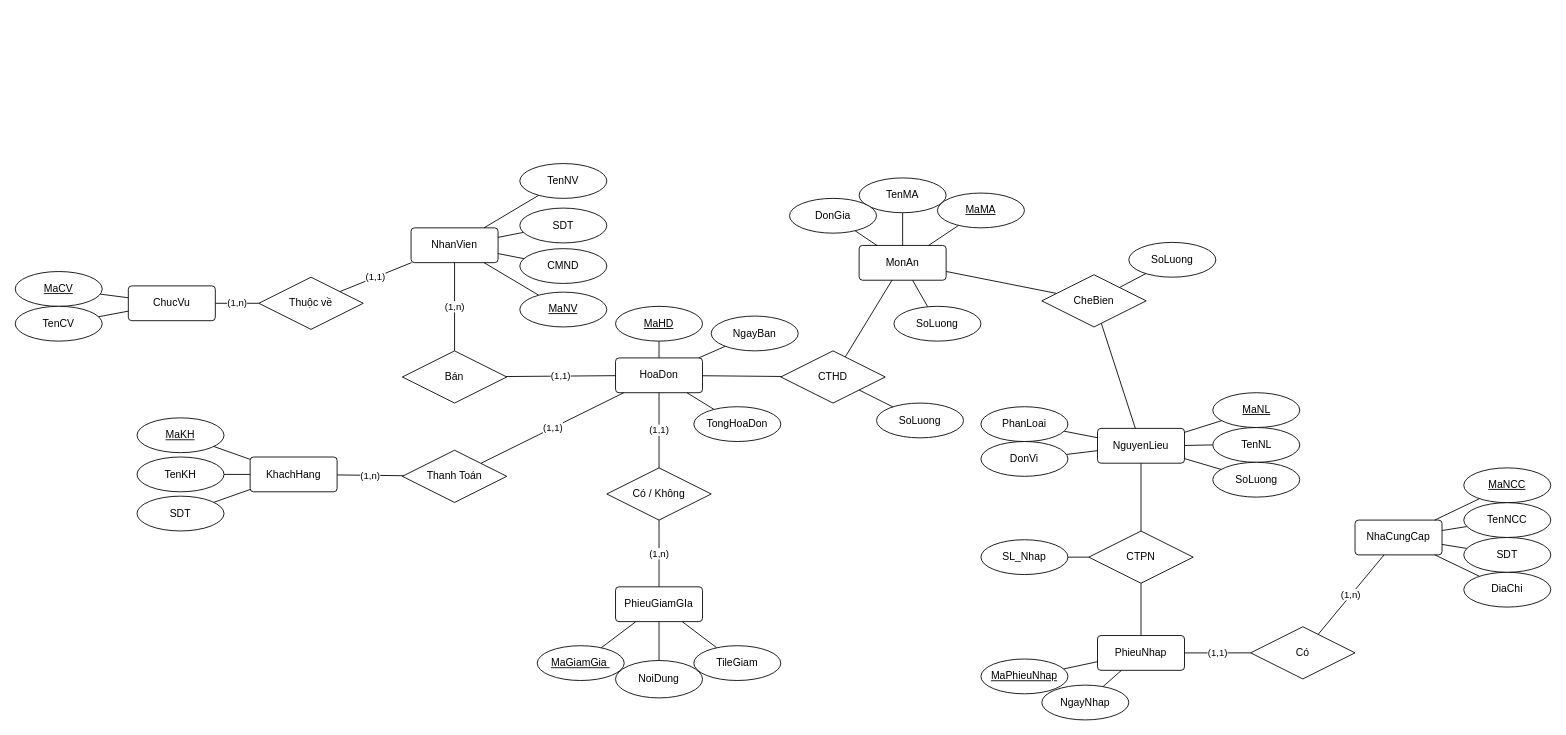
Above: page "Page-1" (1 of 14) of KingFastFood/docs/ERD.drawio in EdgarIgnite16/Distributed-Database-Project (draw.io), before the change. Source tidied: cells renumbered, new cells numbered last; positions are measured from the earlier drawing's top-left corner, leaving out a move shared by most shapes. Both pictures are drawn from the tidied source at 87%, with x=0, y=0 at pixel (15, 164).
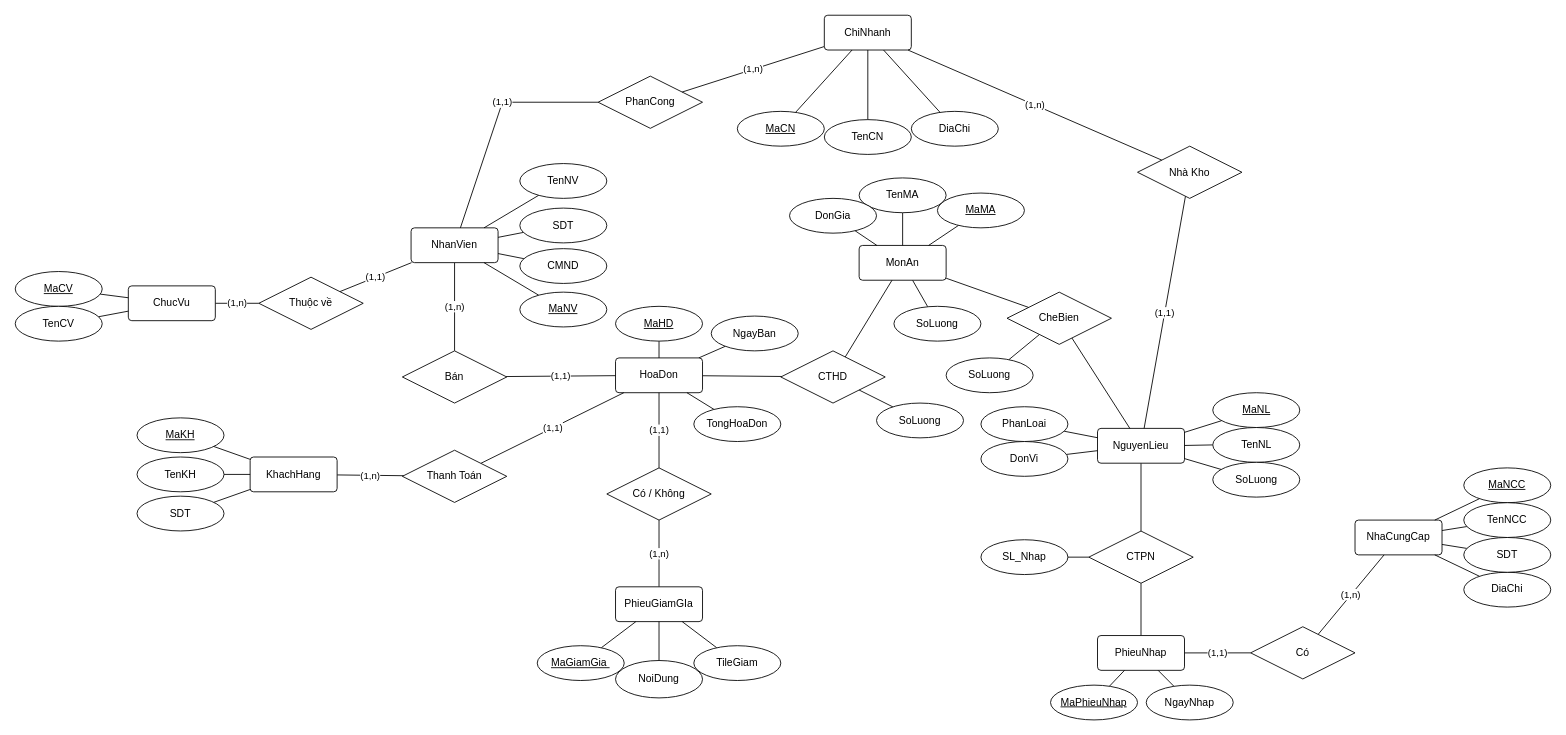
Above is the later version.

The change refers to these unchanged cells:
```xml
<mxCell id="3" value="NhanVien" style="rounded=1;arcSize=10;whiteSpace=wrap;html=1;align=center;" parent="1" vertex="1">
  <mxGeometry x="455" y="73.4" width="100" height="40" as="geometry" />
</mxCell>
<mxCell id="24" value="NguyenLieu" style="rounded=1;arcSize=10;whiteSpace=wrap;html=1;align=center;" parent="1" vertex="1">
  <mxGeometry x="1244" y="303.9" width="100" height="40" as="geometry" />
</mxCell>
```

The edit, as a diff of the source:
```diff
@@
     <mxCell id="84" value="CheBien" style="shape=rhombus;perimeter=rhombusPerimeter;whiteSpace=wrap;html=1;align=center;" parent="1" vertex="1">
-      <mxGeometry x="1180" y="127.3" width="120" height="60" as="geometry" />
+      <mxGeometry x="1140" y="147.3" width="120" height="60" as="geometry" />
     </mxCell>
@@
     <mxCell id="94" value="MaPhieuNhap" style="ellipse;whiteSpace=wrap;html=1;align=center;fontStyle=4;" parent="1" vertex="1">
-      <mxGeometry x="1110" y="569" width="100" height="40" as="geometry" />
+      <mxGeometry x="1190" y="599" width="100" height="40" as="geometry" />
     </mxCell>
@@
     <mxCell id="96" value="NgayNhap" style="ellipse;whiteSpace=wrap;html=1;align=center;" parent="1" vertex="1">
-      <mxGeometry x="1180" y="599" width="100" height="40" as="geometry" />
+      <mxGeometry x="1300" y="599" width="100" height="40" as="geometry" />
     </mxCell>
@@
     <mxCell id="99" value="SoLuong" style="ellipse;whiteSpace=wrap;html=1;align=center;" parent="1" vertex="1">
-      <mxGeometry x="1280" y="90.1" width="100" height="40" as="geometry" />
+      <mxGeometry x="1070" y="222.9" width="100" height="40" as="geometry" />
     </mxCell>
@@
+    <mxCell id="103" value="ChiNhanh" style="rounded=1;arcSize=10;whiteSpace=wrap;html=1;align=center;" parent="1" vertex="1">
+      <mxGeometry x="930" y="-171" width="100" height="40" as="geometry" />
+    </mxCell>
+    <mxCell id="104" value="PhanCong" style="shape=rhombus;perimeter=rhombusPerimeter;whiteSpace=wrap;html=1;align=center;" parent="1" vertex="1">
+      <mxGeometry x="670" y="-101" width="120" height="60" as="geometry" />
+    </mxCell>
+    <mxCell id="105" value="(1,1)" style="edgeStyle=none;rounded=0;jettySize=auto;html=1;endArrow=none;endFill=0;" parent="1" edge="1" source="104" target="3">
+      <mxGeometry x="-0.16" relative="1" as="geometry">
+        <Array as="points">
+          <mxPoint x="560" y="-71" />
+        </Array>
+      </mxGeometry>
+    </mxCell>
+    <mxCell id="106" value="(1,n)" style="edgeStyle=none;rounded=0;jettySize=auto;html=1;endArrow=none;endFill=0;" parent="1" edge="1" source="104" target="103">
+      <mxGeometry relative="1" as="geometry" />
+    </mxCell>
+    <mxCell id="107" value="(1,1)" style="edgeStyle=none;rounded=0;jettySize=auto;html=1;endArrow=none;endFill=0;" parent="1" edge="1" source="108" target="24">
+      <mxGeometry relative="1" as="geometry" />
+    </mxCell>
+    <mxCell id="108" value="Nhà Kho" style="shape=rhombus;perimeter=rhombusPerimeter;whiteSpace=wrap;html=1;align=center;" parent="1" vertex="1">
+      <mxGeometry x="1290" y="-20.5" width="120" height="60" as="geometry" />
+    </mxCell>
+    <mxCell id="109" value="(1,n)" style="edgeStyle=none;rounded=0;jettySize=auto;html=1;endArrow=none;endFill=0;" parent="1" edge="1" source="108" target="103">
+      <mxGeometry relative="1" as="geometry" />
+    </mxCell>
+    <mxCell id="110" style="rounded=0;jettySize=auto;html=1;endArrow=none;endFill=0;" parent="1" edge="1" source="111" target="103">
+      <mxGeometry relative="1" as="geometry" />
+    </mxCell>
+    <mxCell id="111" value="MaCN" style="ellipse;whiteSpace=wrap;html=1;align=center;fontStyle=4;" parent="1" vertex="1">
+      <mxGeometry x="830" y="-60.5" width="100" height="40" as="geometry" />
+    </mxCell>
+    <mxCell id="112" style="edgeStyle=none;rounded=0;jettySize=auto;html=1;endArrow=none;endFill=0;" parent="1" edge="1" source="113" target="103">
+      <mxGeometry relative="1" as="geometry" />
+    </mxCell>
+    <mxCell id="113" value="TenCN" style="ellipse;whiteSpace=wrap;html=1;align=center;" parent="1" vertex="1">
+      <mxGeometry x="930" y="-51" width="100" height="40" as="geometry" />
+    </mxCell>
+    <mxCell id="114" style="edgeStyle=none;rounded=0;jettySize=auto;html=1;endArrow=none;endFill=0;" parent="1" edge="1" source="115" target="103">
+      <mxGeometry relative="1" as="geometry" />
+    </mxCell>
+    <mxCell id="115" value="DiaChi" style="ellipse;whiteSpace=wrap;html=1;align=center;" parent="1" vertex="1">
+      <mxGeometry x="1030" y="-60.5" width="100" height="40" as="geometry" />
+    </mxCell>
```
